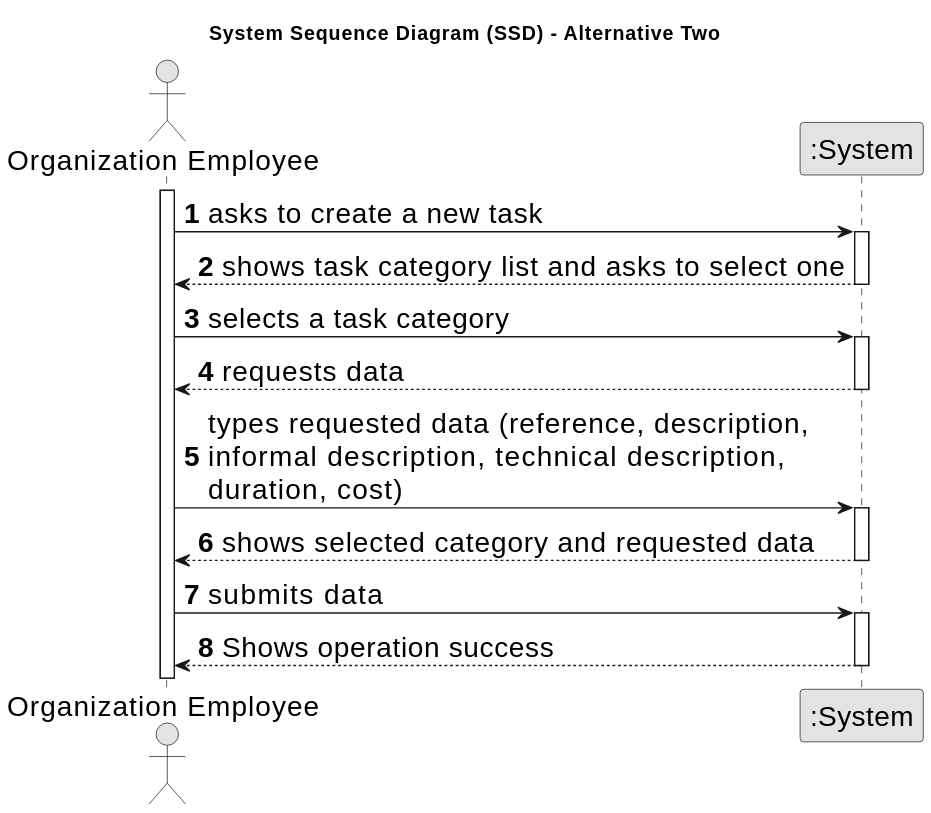
The PlantUML diagram docs/sprintA/us002/01.requirements-engineering/svg/us002-system-sequence-diagram-alternative-two.svg in Goncalves2525/real-estate-management-system, before a commit.
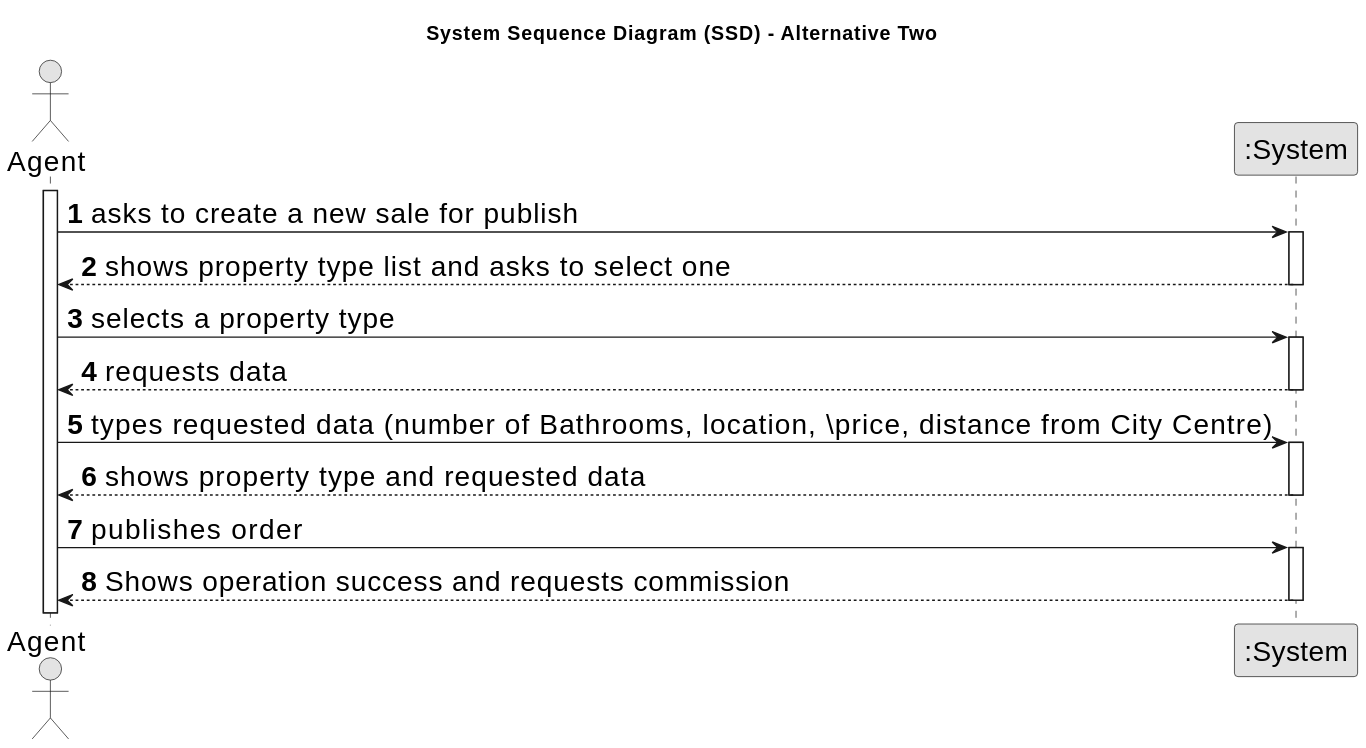
The same diagram one commit later.

The edit, as a diff of the source:
```diff
@@ -8,32 +8,32 @@
 
 autonumber
 
-actor "Organization Employee" as Employee
+actor "Agent" as Agent
 participant ":System" as System
 
-activate Employee
+activate Agent
 
-    Employee -> System : asks to create a new task
+    Agent -> System : asks to create a new sale for publish
     activate System
 
-        System --> Employee : shows task category list and asks to select one
+        System --> Agent : shows property type list and asks to select one
     deactivate System
 
-    Employee -> System : selects a task category
+    Agent -> System : selects a property type
     activate System
 
-        System --> Employee : requests data
+        System --> Agent : requests data
     deactivate System
 
-    Employee -> System : types requested data (reference, description, \ninformal description, technical description,\nduration, cost)
+    Agent -> System : types requested data (number of Bathrooms, location, \price, distance from City Centre)
     activate System
 
-        System --> Employee : shows selected category and requested data
+        System --> Agent : shows property type and requested data
     deactivate System
 
-    Employee -> System : submits data
+    Agent -> System : publishes order
     activate System
 
-        System --> Employee : Shows operation success
+        System --> Agent : Shows operation success and requests commission
     deactivate System
 @enduml
```
